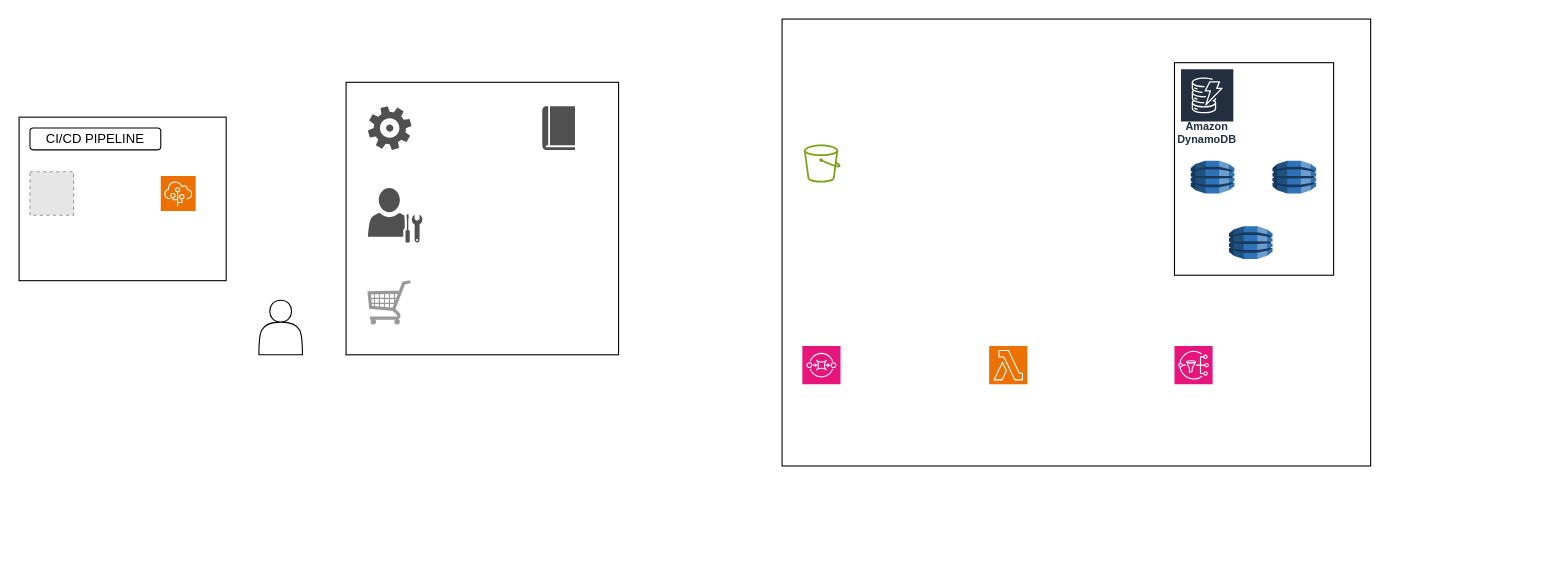
Above: Diagram.drawio in l0gicerr0r/BOOKSTOREE (draw.io), before the change. Source tidied: cells renumbered, new cells numbered last; positions are measured from the earlier drawing's top-left corner, leaving out a move shared by most shapes. Both pictures are drawn from the tidied source at 109%, with x=0, y=0 at pixel (19, 19). Pictures stored in the file or linked from it are replaced by grey dashed boxes.
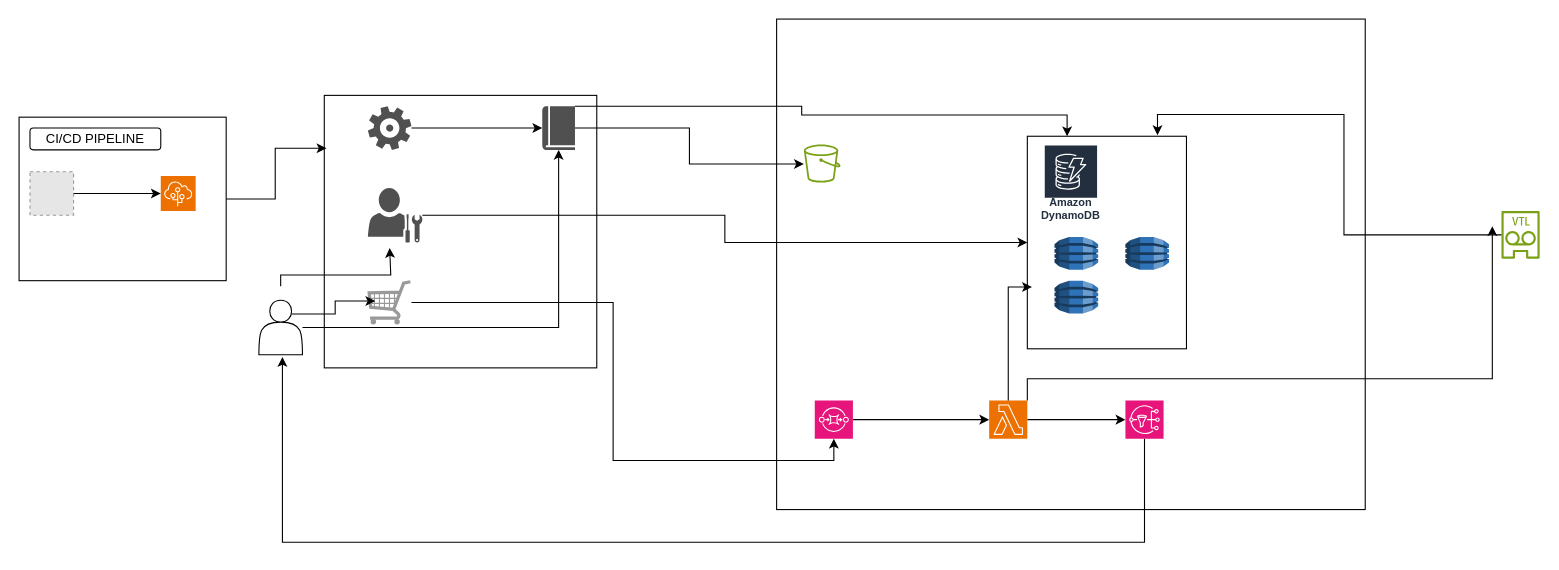
Above is the later version.

The change refers to these unchanged cells:
```xml
<mxCell id="2" style="rounded=0;whiteSpace=wrap;html=1;direction=south;" parent="1" vertex="1">
  <mxGeometry y="90" width="190" height="150" as="geometry" />
</mxCell>
<mxCell id="6" style="fillColor=#E6E6E6;strokeColor=#999999;dashed=1;html=1;verticalAlign=top;verticalLabelPosition=bottom;labelBackgroundColor=#ffffff;" parent="1" vertex="1">
  <mxGeometry x="10" y="140" width="40" height="40" as="geometry" />
</mxCell>
<mxCell id="8" style="sketch=0;points=[[0,0,0],[0.25,0,0],[0.5,0,0],[0.75,0,0],[1,0,0],[0,1,0],[0.25,1,0],[0.5,1,0],[0.75,1,0],[1,1,0],[0,0.25,0],[0,0.5,0],[0,0.75,0],[1,0.25,0],[1,0.5,0],[1,0.75,0]];outlineConnect=0;fontColor=#232F3E;fillColor=#ED7100;strokeColor=#ffffff;dashed=0;verticalLabelPosition=bottom;verticalAlign=top;align=center;html=1;fontSize=12;fontStyle=0;shape=mxgraph.aws4.resourceIcon;resIcon=mxgraph.aws4.elastic_beanstalk;" parent="1" vertex="1">
  <mxGeometry x="130" y="144" width="32" height="32" as="geometry" />
</mxCell>
<mxCell id="9" style="sketch=0;shadow=0;dashed=0;html=1;strokeColor=none;fillColor=#505050;labelPosition=center;verticalLabelPosition=bottom;verticalAlign=top;outlineConnect=0;align=center;shape=mxgraph.office.concepts.settings_office_365;" parent="1" vertex="1">
  <mxGeometry x="320" y="80" width="40" height="40" as="geometry" />
</mxCell>
<mxCell id="10" style="sketch=0;shadow=0;dashed=0;html=1;strokeColor=none;fillColor=#505050;labelPosition=center;verticalLabelPosition=bottom;verticalAlign=top;outlineConnect=0;align=center;shape=mxgraph.office.users.administrator;" parent="1" vertex="1">
  <mxGeometry x="320" y="155" width="50" height="50" as="geometry" />
</mxCell>
<mxCell id="11" style="verticalLabelPosition=bottom;shadow=0;dashed=0;align=center;html=1;verticalAlign=top;strokeWidth=1;shape=mxgraph.mockup.misc.shoppingCart;strokeColor=#999999;" parent="1" vertex="1">
  <mxGeometry x="320" y="240" width="40" height="40" as="geometry" />
</mxCell>
<mxCell id="12" style="sketch=0;shadow=0;dashed=0;html=1;strokeColor=none;fillColor=#505050;labelPosition=center;verticalLabelPosition=bottom;verticalAlign=top;outlineConnect=0;align=center;shape=mxgraph.office.concepts.book_journal;" parent="1" vertex="1">
  <mxGeometry x="480" y="80" width="30" height="40" as="geometry" />
</mxCell>
<mxCell id="13" style="shape=actor;whiteSpace=wrap;html=1;" parent="1" vertex="1">
  <mxGeometry x="220" y="258" width="40" height="50" as="geometry" />
</mxCell>
<mxCell id="15" style="sketch=0;outlineConnect=0;fontColor=#232F3E;gradientColor=none;fillColor=#7AA116;strokeColor=none;dashed=0;verticalLabelPosition=bottom;verticalAlign=top;align=center;html=1;fontSize=12;fontStyle=0;shape=mxgraph.aws4.bucket;" parent="1" vertex="1">
  <mxGeometry x="720" y="115" width="33.6" height="35" as="geometry" />
</mxCell>
```

Change to the diagram source:
```diff
@@
     <mxCell id="3" style="whiteSpace=wrap;html=1;" parent="1" vertex="1">
-      <mxGeometry x="300" y="58" width="250" height="250" as="geometry" />
+      <mxGeometry x="280" y="70" width="250" height="250" as="geometry" />
     </mxCell>
     <mxCell id="4" style="rounded=0;whiteSpace=wrap;html=1;" parent="1" vertex="1">
-      <mxGeometry x="700" width="540" height="410" as="geometry" />
+      <mxGeometry x="695" width="540" height="450" as="geometry" />
     </mxCell>
     <mxCell id="5" style="rounded=0;whiteSpace=wrap;html=1;direction=south;" parent="1" vertex="1">
-      <mxGeometry x="1060" y="40" width="146" height="195" as="geometry" />
+      <mxGeometry x="925" y="107.5" width="146" height="195" as="geometry" />
     </mxCell>
@@
+    <mxCell id="22" style="edgeStyle=orthogonalEdgeStyle;rounded=0;jettySize=auto;html=1;" parent="1" edge="1" source="9" target="12">
+      <mxGeometry relative="1" as="geometry" />
+    </mxCell>
@@
+    <mxCell id="23" style="edgeStyle=orthogonalEdgeStyle;rounded=0;jettySize=auto;html=1;entryX=0.5;entryY=1;entryDx=0;entryDy=0;" parent="1" edge="1" source="10" target="5">
+      <mxGeometry relative="1" as="geometry" />
+    </mxCell>
@@
+    <mxCell id="24" style="edgeStyle=orthogonalEdgeStyle;rounded=0;jettySize=auto;html=1;" parent="1" edge="1" source="12" target="15">
+      <mxGeometry relative="1" as="geometry">
+        <Array as="points">
+          <mxPoint x="615" y="100" />
+          <mxPoint x="615" y="133" />
+        </Array>
+      </mxGeometry>
+    </mxCell>
+    <mxCell id="25" style="edgeStyle=orthogonalEdgeStyle;rounded=0;jettySize=auto;html=1;entryX=0;entryY=0.75;entryDx=0;entryDy=0;" parent="1" edge="1" source="12" target="5">
+      <mxGeometry relative="1" as="geometry">
+        <Array as="points">
+          <mxPoint x="718" y="80" />
+          <mxPoint x="718" y="88" />
+          <mxPoint x="962" y="88" />
+        </Array>
+      </mxGeometry>
+    </mxCell>
@@
+    <mxCell id="26" style="edgeStyle=orthogonalEdgeStyle;rounded=0;jettySize=auto;html=1;" parent="1" edge="1" source="13" target="12">
+      <mxGeometry relative="1" as="geometry" />
+    </mxCell>
+    <mxCell id="27" style="edgeStyle=orthogonalEdgeStyle;rounded=0;orthogonalLoop=1;jettySize=auto;html=1;exitX=0.75;exitY=0.25;exitDx=0;exitDy=0;exitPerimeter=0;" parent="1" edge="1">
+      <mxGeometry relative="1" as="geometry">
+        <mxPoint x="240" y="245.2" as="sourcePoint" />
+        <mxPoint x="340" y="210" as="targetPoint" />
+        <Array as="points">
+          <mxPoint x="240" y="234.8" />
+          <mxPoint x="341" y="234.8" />
+        </Array>
+      </mxGeometry>
+    </mxCell>
@@
+    <mxCell id="28" style="edgeStyle=orthogonalEdgeStyle;rounded=0;jettySize=auto;html=1;" parent="1" edge="1" source="14" target="16">
+      <mxGeometry relative="1" as="geometry" />
+    </mxCell>
     <mxCell id="14" style="sketch=0;points=[[0,0,0],[0.25,0,0],[0.5,0,0],[0.75,0,0],[1,0,0],[0,1,0],[0.25,1,0],[0.5,1,0],[0.75,1,0],[1,1,0],[0,0.25,0],[0,0.5,0],[0,0.75,0],[1,0.25,0],[1,0.5,0],[1,0.75,0]];outlineConnect=0;fontColor=#232F3E;fillColor=#E7157B;strokeColor=#ffffff;dashed=0;verticalLabelPosition=bottom;verticalAlign=top;align=center;html=1;fontSize=12;fontStyle=0;shape=mxgraph.aws4.resourceIcon;resIcon=mxgraph.aws4.sqs;" parent="1" vertex="1">
-      <mxGeometry x="718.6" y="300" width="35" height="35" as="geometry" />
+      <mxGeometry x="730" y="350" width="35" height="35" as="geometry" />
     </mxCell>
@@
+    <mxCell id="29" style="edgeStyle=orthogonalEdgeStyle;rounded=0;jettySize=auto;html=1;" parent="1" edge="1" source="16" target="17">
+      <mxGeometry relative="1" as="geometry" />
+    </mxCell>
+    <mxCell id="30" style="edgeStyle=orthogonalEdgeStyle;rounded=0;jettySize=auto;html=1;exitX=1;exitY=0;exitDx=0;exitDy=0;exitPerimeter=0;" parent="1" edge="1" source="16">
+      <mxGeometry relative="1" as="geometry">
+        <mxPoint x="1351.6" y="190" as="targetPoint" />
+        <Array as="points">
+          <mxPoint x="925" y="330" />
+          <mxPoint x="1352" y="330" />
+        </Array>
+      </mxGeometry>
+    </mxCell>
     <mxCell id="16" style="sketch=0;points=[[0,0,0],[0.25,0,0],[0.5,0,0],[0.75,0,0],[1,0,0],[0,1,0],[0.25,1,0],[0.5,1,0],[0.75,1,0],[1,1,0],[0,0.25,0],[0,0.5,0],[0,0.75,0],[1,0.25,0],[1,0.5,0],[1,0.75,0]];outlineConnect=0;fontColor=#232F3E;fillColor=#ED7100;strokeColor=#ffffff;dashed=0;verticalLabelPosition=bottom;verticalAlign=top;align=center;html=1;fontSize=12;fontStyle=0;shape=mxgraph.aws4.resourceIcon;resIcon=mxgraph.aws4.lambda;" parent="1" vertex="1">
-      <mxGeometry x="890" y="300" width="35" height="35" as="geometry" />
+      <mxGeometry x="890" y="350" width="35" height="35" as="geometry" />
     </mxCell>
+    <mxCell id="31" style="edgeStyle=orthogonalEdgeStyle;rounded=0;jettySize=auto;html=1;" parent="1" edge="1" source="17">
+      <mxGeometry relative="1" as="geometry">
+        <mxPoint x="241.6" y="310" as="targetPoint" />
+        <Array as="points">
+          <mxPoint x="1033" y="480" />
+          <mxPoint x="242" y="480" />
+        </Array>
+      </mxGeometry>
+    </mxCell>
     <mxCell id="17" style="sketch=0;points=[[0,0,0],[0.25,0,0],[0.5,0,0],[0.75,0,0],[1,0,0],[0,1,0],[0.25,1,0],[0.5,1,0],[0.75,1,0],[1,1,0],[0,0.25,0],[0,0.5,0],[0,0.75,0],[1,0.25,0],[1,0.5,0],[1,0.75,0]];outlineConnect=0;fontColor=#232F3E;fillColor=#E7157B;strokeColor=#ffffff;dashed=0;verticalLabelPosition=bottom;verticalAlign=top;align=center;html=1;fontSize=12;fontStyle=0;shape=mxgraph.aws4.resourceIcon;resIcon=mxgraph.aws4.sns;" parent="1" vertex="1">
-      <mxGeometry x="1060" y="300" width="35" height="35" as="geometry" />
+      <mxGeometry x="1015" y="350" width="35" height="35" as="geometry" />
     </mxCell>
     <mxCell id="18" style="dashed=0;verticalLabelPosition=bottom;verticalAlign=top;align=center;html=1;shape=mxgraph.aws3.dynamo_db;fillColor=#2E73B8;gradientColor=none;" parent="1" vertex="1">
-      <mxGeometry x="1075" y="130" width="40" height="30" as="geometry" />
+      <mxGeometry x="950" y="200" width="40" height="30" as="geometry" />
     </mxCell>
     <mxCell id="19" style="dashed=0;verticalLabelPosition=bottom;verticalAlign=top;align=center;html=1;shape=mxgraph.aws3.dynamo_db;fillColor=#2E73B8;gradientColor=none;" parent="1" vertex="1">
-      <mxGeometry x="1150" y="130" width="40" height="30" as="geometry" />
+      <mxGeometry x="1015" y="200" width="40" height="30" as="geometry" />
     </mxCell>
     <mxCell id="20" style="dashed=0;verticalLabelPosition=bottom;verticalAlign=top;align=center;html=1;shape=mxgraph.aws3.dynamo_db;fillColor=#2E73B8;gradientColor=none;" parent="1" vertex="1">
-      <mxGeometry x="1110" y="190" width="40" height="30" as="geometry" />
+      <mxGeometry x="950" y="240" width="40" height="30" as="geometry" />
     </mxCell>
     <mxCell id="21" value="Amazon DynamoDB" style="sketch=0;fontColor=#232F3E;gradientColor=none;strokeColor=#ffffff;fillColor=#232F3E;dashed=0;verticalLabelPosition=middle;verticalAlign=bottom;align=center;html=1;whiteSpace=wrap;fontSize=10;fontStyle=1;spacing=3;shape=mxgraph.aws4.productIcon;prIcon=mxgraph.aws4.dynamodb;" parent="1" vertex="1">
-      <mxGeometry x="1065" y="45" width="50" height="75" as="geometry" />
+      <mxGeometry x="940" y="115" width="50" height="75" as="geometry" />
     </mxCell>
+    <mxCell id="32" style="edgeStyle=orthogonalEdgeStyle;rounded=0;jettySize=auto;html=1;exitX=1;exitY=0.5;exitDx=0;exitDy=0;entryX=0;entryY=0.5;entryDx=0;entryDy=0;entryPerimeter=0;" parent="1" edge="1" source="6" target="8">
+      <mxGeometry relative="1" as="geometry" />
+    </mxCell>
+    <mxCell id="33" style="edgeStyle=orthogonalEdgeStyle;rounded=0;jettySize=auto;html=1;exitX=0.75;exitY=0.25;exitDx=0;exitDy=0;exitPerimeter=0;entryX=0.17;entryY=0.465;entryDx=0;entryDy=0;entryPerimeter=0;" parent="1" edge="1" source="13" target="11">
+      <mxGeometry relative="1" as="geometry" />
+    </mxCell>
+    <mxCell id="34" style="edgeStyle=orthogonalEdgeStyle;rounded=0;jettySize=auto;html=1;exitX=0.5;exitY=0;exitDx=0;exitDy=0;entryX=0.008;entryY=0.194;entryDx=0;entryDy=0;entryPerimeter=0;" parent="1" edge="1" source="2" target="3">
+      <mxGeometry relative="1" as="geometry" />
+    </mxCell>
+    <mxCell id="35" style="sketch=0;outlineConnect=0;fontColor=#232F3E;gradientColor=none;fillColor=#7AA116;strokeColor=none;dashed=0;verticalLabelPosition=bottom;verticalAlign=top;align=center;html=1;fontSize=12;fontStyle=0;shape=mxgraph.aws4.virtual_tape_library;" parent="1" vertex="1">
+      <mxGeometry x="1360" y="176" width="35" height="44" as="geometry" />
+    </mxCell>
+    <mxCell id="36" style="edgeStyle=orthogonalEdgeStyle;rounded=0;jettySize=auto;html=1;entryX=0.5;entryY=1;entryDx=0;entryDy=0;entryPerimeter=0;" parent="1" edge="1" source="11" target="14">
+      <mxGeometry relative="1" as="geometry" />
+    </mxCell>
+    <mxCell id="37" style="edgeStyle=orthogonalEdgeStyle;rounded=0;jettySize=auto;html=1;entryX=0.709;entryY=0.971;entryDx=0;entryDy=0;entryPerimeter=0;" parent="1" edge="1" source="16" target="5">
+      <mxGeometry relative="1" as="geometry">
+        <Array as="points">
+          <mxPoint x="908" y="246" />
+        </Array>
+      </mxGeometry>
+    </mxCell>
+    <mxCell id="38" style="edgeStyle=orthogonalEdgeStyle;rounded=0;jettySize=auto;html=1;entryX=-0.005;entryY=0.182;entryDx=0;entryDy=0;entryPerimeter=0;" parent="1" edge="1" source="35" target="5">
+      <mxGeometry relative="1" as="geometry" />
+    </mxCell>
```
